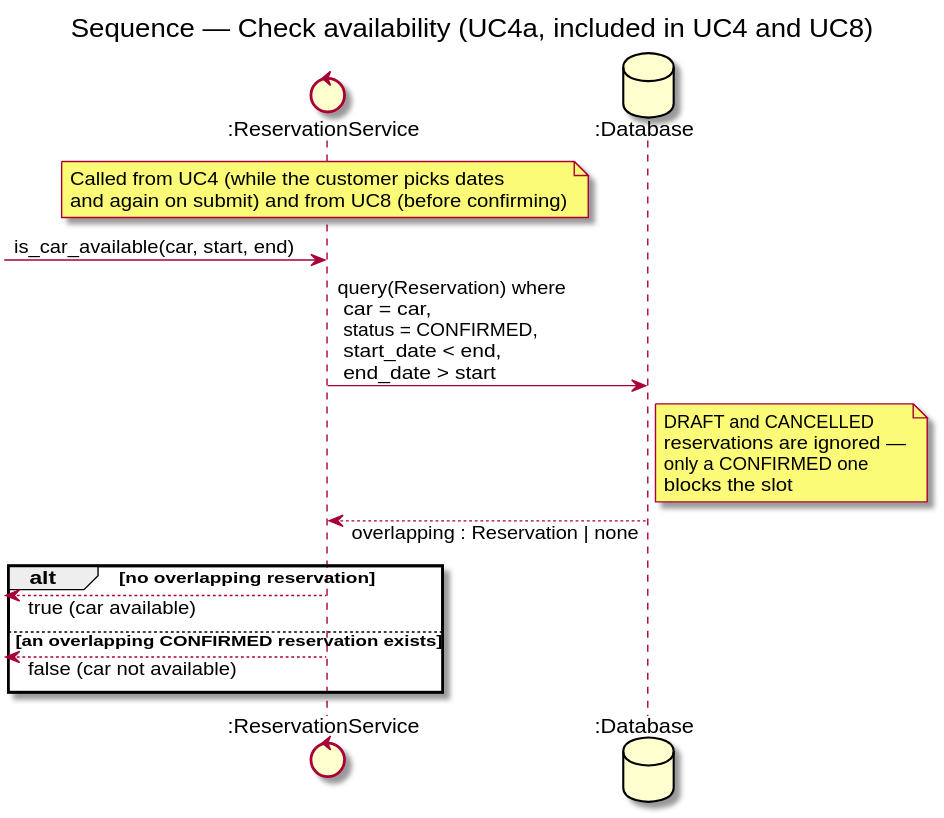
The PlantUML diagram docs/diagrams/sequence-check-availability.svg in DavidMagyarics/CarRentalVSB, before a commit.
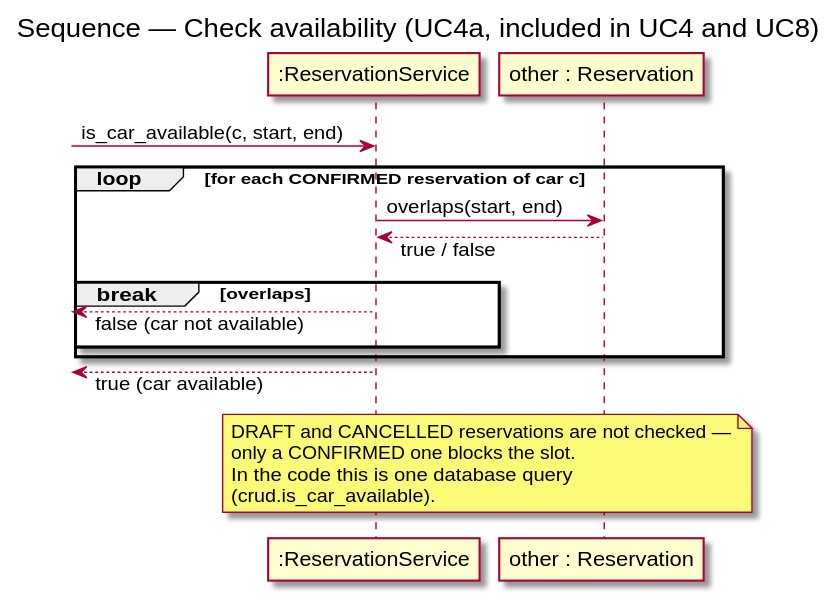
The same diagram one commit later.

Diff of the diagram source:
```diff
@@ -3,27 +3,23 @@
 skinparam responseMessageBelowArrow true
 skinparam maxMessageSize 260
 title Sequence — Check availability (UC4a, included in UC4 and UC8)
-control ":ReservationService" as Res
-database ":Database" as DB
+participant ":ReservationService" as Res
+participant "other : Reservation" as O
 
-note over Res
-  Called from UC4 (while the customer picks dates
-  and again on submit) and from UC8 (before confirming)
+[-> Res : is_car_available(c, start, end)
+loop for each CONFIRMED reservation of car c
+  Res -> O : overlaps(start, end)
+  O --> Res : true / false
+  break overlaps
+    [<-- Res : false (car not available)
+  end
+end
+[<-- Res : true (car available)
+
+note over Res, O
+  DRAFT and CANCELLED reservations are not checked —
+  only a CONFIRMED one blocks the slot.
+  In the code this is one database query
+  (crud.is_car_available).
 end note
-
-[-> Res : is_car_available(car, start, end)
-Res -> DB : query(Reservation) where\n car = car,\n status = CONFIRMED,\n start_date < end,\n end_date > start
-note right of DB
-  DRAFT and CANCELLED
-  reservations are ignored —
-  only a CONFIRMED one
-  blocks the slot
-end note
-DB --> Res : overlapping : Reservation | none
-
-alt no overlapping reservation
-  [<-- Res : true (car available)
-else an overlapping CONFIRMED reservation exists
-  [<-- Res : false (car not available)
-end
 @enduml
```
